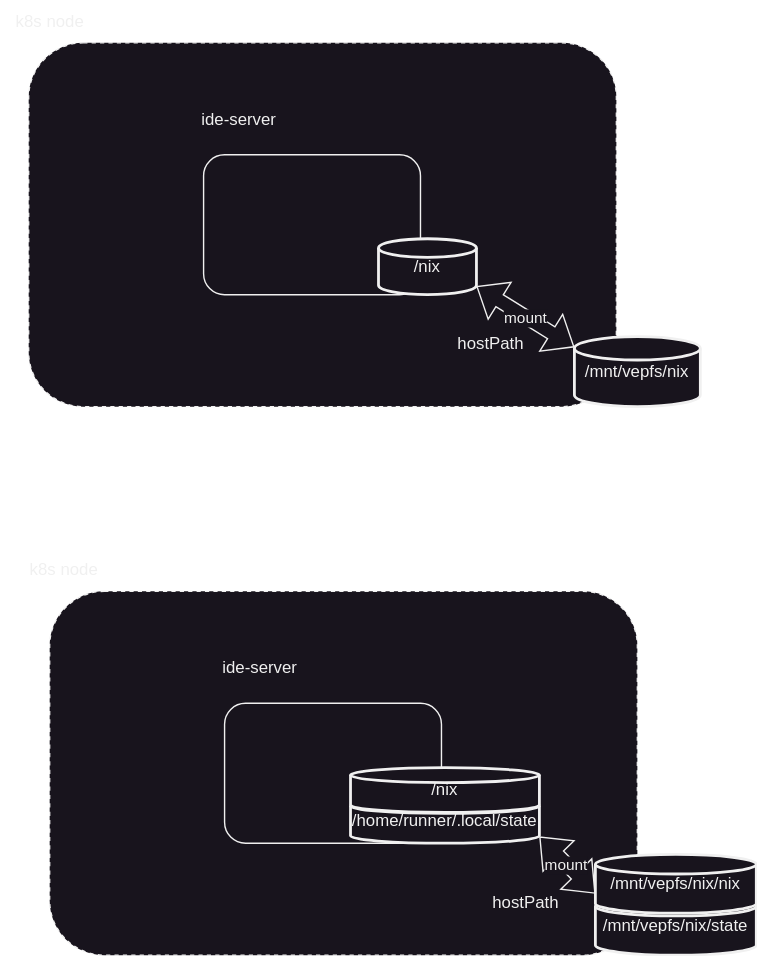
Earlier version of the draw.io export docs/CloudIDE/nix/nix_store_arch.svg (wencaiwulue/wencaiwulue.github.io). Source tidied: cells renumbered, new cells last; positions are measured from the earlier drawing's top-left corner, leaving out a move shared by most shapes. Its diagram source:
```xml
<mxGraphModel>
  <root>
    <mxCell id="0" />
    <mxCell id="1" parent="0" />
    <mxCell id="2" style="rounded=1;whiteSpace=wrap;html=1;dashed=1;" parent="1" vertex="1">
      <mxGeometry x="20" y="30" width="420" height="260" as="geometry" />
    </mxCell>
    <mxCell id="3" style="rounded=1;whiteSpace=wrap;html=1;" parent="1" vertex="1">
      <mxGeometry x="145" y="110" width="155" height="100" as="geometry" />
    </mxCell>
    <mxCell id="4" value="ide-server" style="text;html=1;align=center;verticalAlign=middle;strokeColor=none;fillColor=none;" parent="1" vertex="1">
      <mxGeometry x="130" y="70" width="80" height="30" as="geometry" />
    </mxCell>
    <mxCell id="5" value="/nix" style="strokeWidth=2;html=1;shape=mxgraph.flowchart.database;whiteSpace=wrap;" parent="1" vertex="1">
      <mxGeometry x="270" y="170" width="70" height="40" as="geometry" />
    </mxCell>
    <mxCell id="6" value="k8s node" style="text;html=1;align=center;verticalAlign=middle;strokeColor=none;fillColor=none;" parent="1" vertex="1">
      <mxGeometry width="70" height="30" as="geometry" />
    </mxCell>
    <mxCell id="7" value="/mnt/vepfs/nix" style="strokeWidth=2;html=1;shape=mxgraph.flowchart.database;whiteSpace=wrap;" parent="1" vertex="1">
      <mxGeometry x="410" y="240" width="90" height="50" as="geometry" />
    </mxCell>
    <mxCell id="8" style="rounded=1;whiteSpace=wrap;html=1;dashed=1;" parent="1" vertex="1">
      <mxGeometry x="35" y="422" width="420" height="260" as="geometry" />
    </mxCell>
    <mxCell id="9" style="rounded=1;whiteSpace=wrap;html=1;" parent="1" vertex="1">
      <mxGeometry x="160" y="502" width="155" height="100" as="geometry" />
    </mxCell>
    <mxCell id="10" value="ide-server" style="text;html=1;align=center;verticalAlign=middle;strokeColor=none;fillColor=none;" parent="1" vertex="1">
      <mxGeometry x="145" y="462" width="80" height="30" as="geometry" />
    </mxCell>
    <mxCell id="11" value="/home/runner/.local/state" style="strokeWidth=2;html=1;shape=mxgraph.flowchart.database;whiteSpace=wrap;" parent="1" vertex="1">
      <mxGeometry x="250" y="570" width="135" height="32" as="geometry" />
    </mxCell>
    <mxCell id="12" value="k8s node" style="text;html=1;align=center;verticalAlign=middle;strokeColor=none;fillColor=none;" parent="1" vertex="1">
      <mxGeometry x="10" y="392" width="70" height="30" as="geometry" />
    </mxCell>
    <mxCell id="13" value="/mnt/vepfs/nix/state" style="strokeWidth=2;html=1;shape=mxgraph.flowchart.database;whiteSpace=wrap;" parent="1" vertex="1">
      <mxGeometry x="425" y="640" width="115" height="42" as="geometry" />
    </mxCell>
    <mxCell id="14" value="/nix" style="strokeWidth=2;html=1;shape=mxgraph.flowchart.database;whiteSpace=wrap;" parent="1" vertex="1">
      <mxGeometry x="250" y="548" width="135" height="32" as="geometry" />
    </mxCell>
    <mxCell id="15" value="/mnt/vepfs/nix/nix" style="strokeWidth=2;html=1;shape=mxgraph.flowchart.database;whiteSpace=wrap;" parent="1" vertex="1">
      <mxGeometry x="425" y="610" width="115" height="42" as="geometry" />
    </mxCell>
    <mxCell id="16" style="shape=flexArrow;endArrow=classic;startArrow=classic;html=1;rounded=0;exitX=1;exitY=0.85;exitDx=0;exitDy=0;exitPerimeter=0;entryX=0;entryY=0.15;entryDx=0;entryDy=0;entryPerimeter=0;" parent="1" edge="1" source="5" target="7">
      <mxGeometry relative="1" as="geometry" />
    </mxCell>
    <mxCell id="17" value="mount" style="edgeLabel;html=1;align=center;verticalAlign=middle;" parent="16" vertex="1">
      <mxGeometry x="-0.02" y="-1" relative="1" as="geometry" />
    </mxCell>
    <mxCell id="18" style="shape=flexArrow;endArrow=classic;startArrow=classic;html=1;rounded=0;exitX=1;exitY=0.85;exitDx=0;exitDy=0;exitPerimeter=0;entryX=0;entryY=0.15;entryDx=0;entryDy=0;entryPerimeter=0;" parent="1" edge="1" source="11">
      <mxGeometry relative="1" as="geometry">
        <mxPoint x="425" y="638" as="targetPoint" />
      </mxGeometry>
    </mxCell>
    <mxCell id="19" value="mount" style="edgeLabel;html=1;align=center;verticalAlign=middle;" parent="18" vertex="1">
      <mxGeometry x="-0.02" y="-1" relative="1" as="geometry" />
    </mxCell>
    <mxCell id="20" value="ho&lt;span style=&quot;background-color: initial;&quot;&gt;stPath&lt;/span&gt;" style="text;html=1;align=center;verticalAlign=middle;strokeColor=none;fillColor=none;" parent="1" vertex="1">
      <mxGeometry x="315" y="230" width="70" height="30" as="geometry" />
    </mxCell>
    <mxCell id="21" value="ho&lt;span style=&quot;background-color: initial;&quot;&gt;stPath&lt;/span&gt;" style="text;html=1;align=center;verticalAlign=middle;strokeColor=none;fillColor=none;" parent="1" vertex="1">
      <mxGeometry x="340" y="630" width="70" height="30" as="geometry" />
    </mxCell>
  </root>
</mxGraphModel>
```
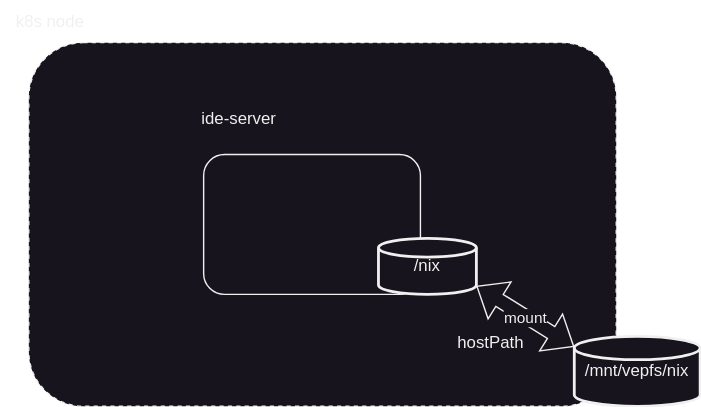
Above is the later version.

What changed in the source:
```diff
@@ -20,49 +20,14 @@
     <mxCell id="7" value="/mnt/vepfs/nix" style="strokeWidth=2;html=1;shape=mxgraph.flowchart.database;whiteSpace=wrap;" parent="1" vertex="1">
       <mxGeometry x="410" y="240" width="90" height="50" as="geometry" />
     </mxCell>
-    <mxCell id="8" style="rounded=1;whiteSpace=wrap;html=1;dashed=1;" parent="1" vertex="1">
-      <mxGeometry x="35" y="422" width="420" height="260" as="geometry" />
-    </mxCell>
-    <mxCell id="9" style="rounded=1;whiteSpace=wrap;html=1;" parent="1" vertex="1">
-      <mxGeometry x="160" y="502" width="155" height="100" as="geometry" />
-    </mxCell>
-    <mxCell id="10" value="ide-server" style="text;html=1;align=center;verticalAlign=middle;strokeColor=none;fillColor=none;" parent="1" vertex="1">
-      <mxGeometry x="145" y="462" width="80" height="30" as="geometry" />
-    </mxCell>
-    <mxCell id="11" value="/home/runner/.local/state" style="strokeWidth=2;html=1;shape=mxgraph.flowchart.database;whiteSpace=wrap;" parent="1" vertex="1">
-      <mxGeometry x="250" y="570" width="135" height="32" as="geometry" />
-    </mxCell>
-    <mxCell id="12" value="k8s node" style="text;html=1;align=center;verticalAlign=middle;strokeColor=none;fillColor=none;" parent="1" vertex="1">
-      <mxGeometry x="10" y="392" width="70" height="30" as="geometry" />
-    </mxCell>
-    <mxCell id="13" value="/mnt/vepfs/nix/state" style="strokeWidth=2;html=1;shape=mxgraph.flowchart.database;whiteSpace=wrap;" parent="1" vertex="1">
-      <mxGeometry x="425" y="640" width="115" height="42" as="geometry" />
-    </mxCell>
-    <mxCell id="14" value="/nix" style="strokeWidth=2;html=1;shape=mxgraph.flowchart.database;whiteSpace=wrap;" parent="1" vertex="1">
-      <mxGeometry x="250" y="548" width="135" height="32" as="geometry" />
-    </mxCell>
-    <mxCell id="15" value="/mnt/vepfs/nix/nix" style="strokeWidth=2;html=1;shape=mxgraph.flowchart.database;whiteSpace=wrap;" parent="1" vertex="1">
-      <mxGeometry x="425" y="610" width="115" height="42" as="geometry" />
-    </mxCell>
     <mxCell id="16" style="shape=flexArrow;endArrow=classic;startArrow=classic;html=1;rounded=0;exitX=1;exitY=0.85;exitDx=0;exitDy=0;exitPerimeter=0;entryX=0;entryY=0.15;entryDx=0;entryDy=0;entryPerimeter=0;" parent="1" edge="1" source="5" target="7">
       <mxGeometry relative="1" as="geometry" />
     </mxCell>
     <mxCell id="17" value="mount" style="edgeLabel;html=1;align=center;verticalAlign=middle;" parent="16" vertex="1">
       <mxGeometry x="-0.02" y="-1" relative="1" as="geometry" />
     </mxCell>
-    <mxCell id="18" style="shape=flexArrow;endArrow=classic;startArrow=classic;html=1;rounded=0;exitX=1;exitY=0.85;exitDx=0;exitDy=0;exitPerimeter=0;entryX=0;entryY=0.15;entryDx=0;entryDy=0;entryPerimeter=0;" parent="1" edge="1" source="11">
-      <mxGeometry relative="1" as="geometry">
-        <mxPoint x="425" y="638" as="targetPoint" />
-      </mxGeometry>
-    </mxCell>
-    <mxCell id="19" value="mount" style="edgeLabel;html=1;align=center;verticalAlign=middle;" parent="18" vertex="1">
-      <mxGeometry x="-0.02" y="-1" relative="1" as="geometry" />
-    </mxCell>
     <mxCell id="20" value="ho&lt;span style=&quot;background-color: initial;&quot;&gt;stPath&lt;/span&gt;" style="text;html=1;align=center;verticalAlign=middle;strokeColor=none;fillColor=none;" parent="1" vertex="1">
       <mxGeometry x="315" y="230" width="70" height="30" as="geometry" />
     </mxCell>
-    <mxCell id="21" value="ho&lt;span style=&quot;background-color: initial;&quot;&gt;stPath&lt;/span&gt;" style="text;html=1;align=center;verticalAlign=middle;strokeColor=none;fillColor=none;" parent="1" vertex="1">
-      <mxGeometry x="340" y="630" width="70" height="30" as="geometry" />
-    </mxCell>
   </root>
 </mxGraphModel>
```
